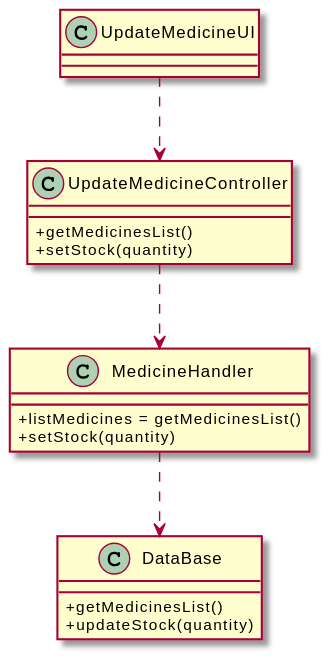
Above: Documents/UC8/UC8_CD.svg in 1190452/LAPR3 (PlantUML), before the change. Source of this version:
```plantuml
@startuml
skinparam classAttributeIconSize 0




class UpdateMedicineController {
  +getMedicinesList()
  +setStock(quantity)
}

class UpdateMedicineUI  {
}

class MedicineHandler{
    +listMedicines = getMedicinesList()
    +setStock(quantity)
}

class DataBase{
    +getMedicinesList()
    +updateStock(quantity)
}




UpdateMedicineUI  ..> UpdateMedicineController
UpdateMedicineController ..> MedicineHandler
MedicineHandler ..> DataBase
@enduml
```
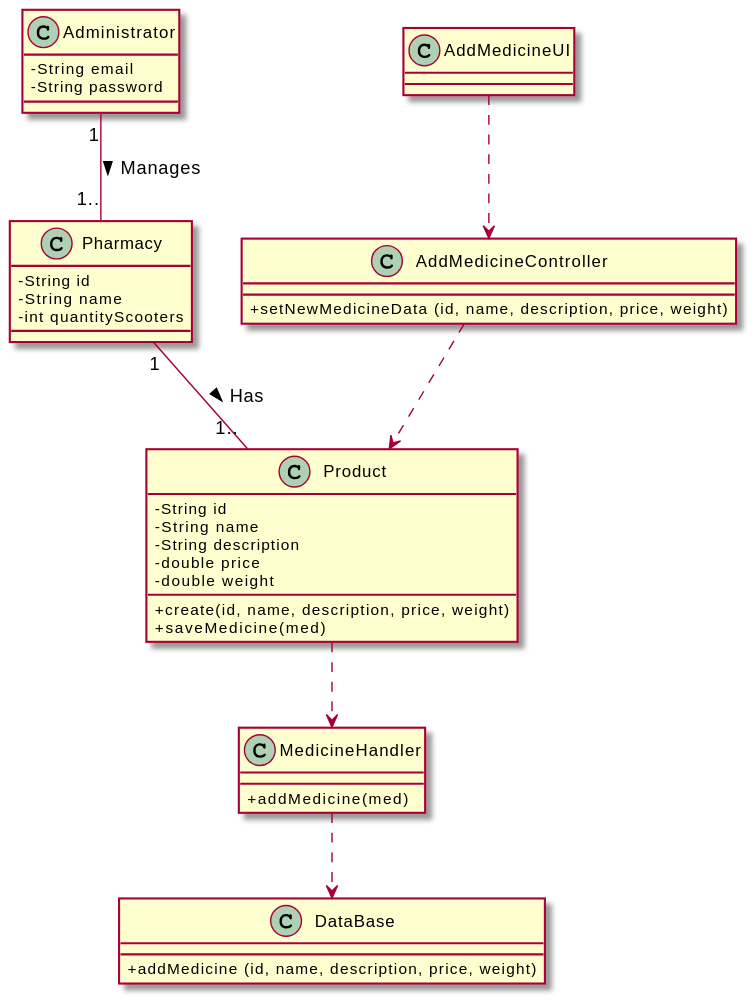
Above is the later version.

Diff of the diagram source:
```diff
@@ -1,31 +1,48 @@
 @startuml
 skinparam classAttributeIconSize 0
 
-
-
-
-class UpdateMedicineController {
-  +getMedicinesList()
-  +setStock(quantity)
+class AddMedicineController {
+  +setNewMedicineData (id, name, description, price, weight)
 }
 
-class UpdateMedicineUI  {
+class AddMedicineUI {
 }
 
 class MedicineHandler{
-    +listMedicines = getMedicinesList()
-    +setStock(quantity)
+    +addMedicine(med)
 }
 
 class DataBase{
-    +getMedicinesList()
-    +updateStock(quantity)
+   +addMedicine (id, name, description, price, weight)
 }
 
+class Product {
+  -String id
+  -String name
+  -String description
+  -double price
+  -double weight
 
+  +create(id, name, description, price, weight)
+  +saveMedicine(med)
+}
 
+class Administrator{
+  -String email
+  -String password
+}
 
-UpdateMedicineUI  ..> UpdateMedicineController
-UpdateMedicineController ..> MedicineHandler
+class Pharmacy {
+  -String id
+  -String name
+  -int quantityScooters
+  }
+
+AddMedicineUI ..> AddMedicineController
+AddMedicineController ..> Product
+Product ..> MedicineHandler
 MedicineHandler ..> DataBase
+
+Pharmacy "1" -- "1.." Product: Has >
+Administrator "1" -- "1.." Pharmacy: Manages >
 @enduml
```
